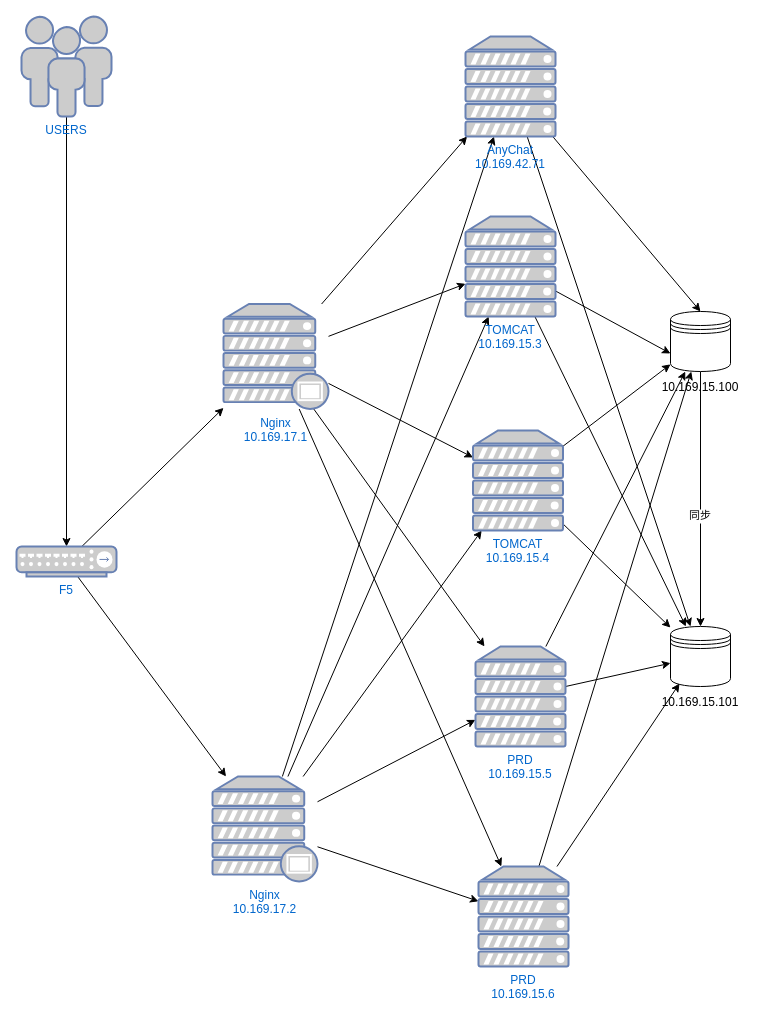
Earlier version of the draw.io diagram 我的文件.drawio (chengs2035/draw.io). Source tidied: cells renumbered, new cells numbered last; positions are measured from the earlier drawing's top-left corner, leaving out a move shared by most shapes. Both pictures are drawn from the tidied source at 100%, with x=0, y=0 at pixel (16, 16).
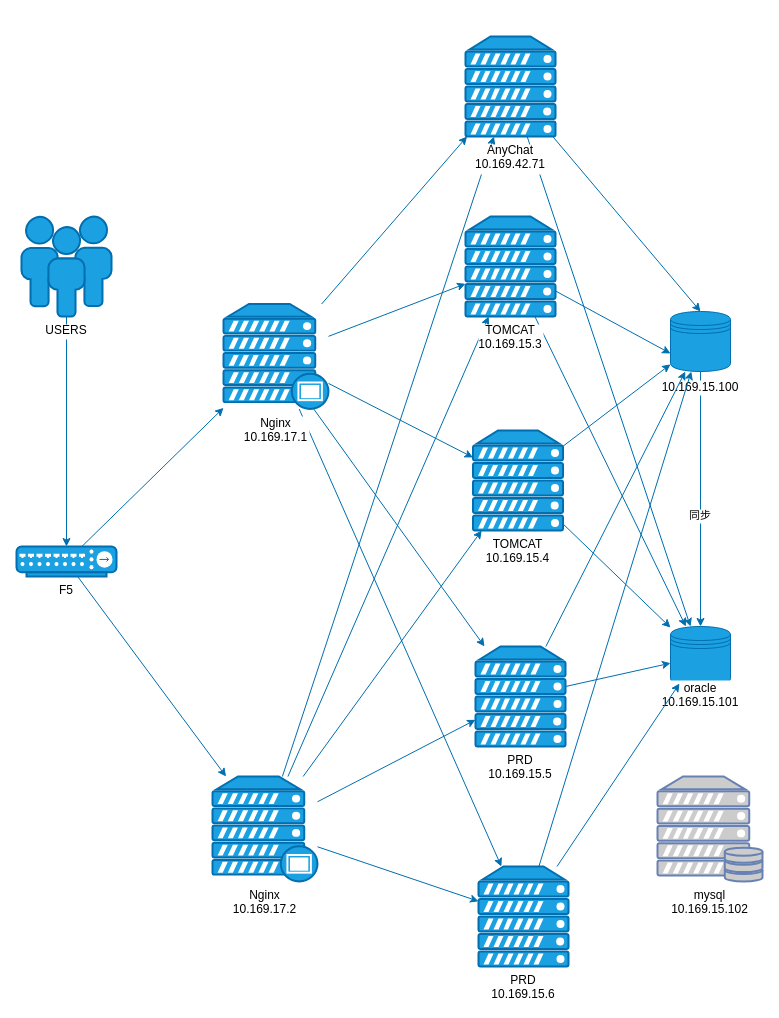
Above is the later version.

Commit message (it also covers changes not shown here):
更新我的文件.drawio

Diff of the diagram source:
```diff
@@
-    <mxCell id="2" value="同步" style="edgeStyle=orthogonalEdgeStyle;rounded=0;jettySize=auto;verticalAlign=bottom;spacingBottom=-25;" parent="1" edge="1" source="3" target="4">
+    <mxCell id="2" value="同步" style="edgeStyle=orthogonalEdgeStyle;rounded=0;jettySize=auto;verticalAlign=bottom;spacingBottom=-25;fillColor=#1ba1e2;strokeColor=#006EAF;fontColor=#000000;labelBackgroundColor=#FFFFFF;" parent="1" edge="1" source="3" target="4">
       <mxGeometry relative="1" as="geometry" />
     </mxCell>
-    <mxCell id="3" value="10.169.15.100" style="shape=datastore;verticalAlign=bottom;spacingBottom=-25;" parent="1" vertex="1">
+    <mxCell id="3" value="10.169.15.100" style="shape=datastore;verticalAlign=bottom;spacingBottom=-25;fillColor=#1ba1e2;fontColor=#000000;strokeColor=#006EAF;labelBackgroundColor=#FFFFFF;" parent="1" vertex="1">
       <mxGeometry x="654" y="295" width="60" height="60" as="geometry" />
     </mxCell>
-    <mxCell id="4" value="10.169.15.101" style="shape=datastore;fillColor=default;strokeColor=default;fontColor=default;spacingBottom=-25;verticalAlign=bottom;" parent="1" vertex="1">
+    <mxCell id="4" value="oracle&#10;10.169.15.101" style="shape=datastore;fillColor=#1ba1e2;strokeColor=#006EAF;fontColor=#000000;spacingBottom=-25;verticalAlign=bottom;labelBackgroundColor=#FFFFFF;" parent="1" vertex="1">
       <mxGeometry x="654" y="610" width="60" height="60" as="geometry" />
     </mxCell>
-    <mxCell id="5" style="edgeStyle=orthogonalEdgeStyle;rounded=0;jettySize=auto;" parent="1" edge="1" source="6" target="9">
+    <mxCell id="5" style="edgeStyle=orthogonalEdgeStyle;rounded=0;jettySize=auto;fillColor=#1ba1e2;strokeColor=#006EAF;fontColor=#000000;labelBackgroundColor=#FFFFFF;" parent="1" edge="1" source="6" target="9">
       <mxGeometry relative="1" as="geometry" />
     </mxCell>
-    <mxCell id="6" value="USERS" style="fontColor=#0066CC;verticalAlign=top;verticalLabelPosition=bottom;labelPosition=center;align=center;outlineConnect=0;fillColor=#CCCCCC;strokeColor=#6881B3;gradientColor=none;gradientDirection=north;strokeWidth=2;shape=mxgraph.networks.users;" parent="1" vertex="1">
-      <mxGeometry x="5" width="90" height="100" as="geometry" />
+    <mxCell id="6" value="USERS" style="fontColor=#000000;verticalAlign=top;verticalLabelPosition=bottom;labelPosition=center;align=center;outlineConnect=0;fillColor=#1ba1e2;strokeColor=#006EAF;gradientDirection=north;strokeWidth=2;shape=mxgraph.networks.users;labelBackgroundColor=#FFFFFF;" parent="1" vertex="1">
+      <mxGeometry x="5" y="200" width="90" height="100" as="geometry" />
     </mxCell>
-    <mxCell id="7" style="rounded=0;jettySize=auto;" parent="1" edge="1" source="9" target="21">
+    <mxCell id="7" style="rounded=0;jettySize=auto;fillColor=#1ba1e2;strokeColor=#006EAF;fontColor=#000000;labelBackgroundColor=#FFFFFF;" parent="1" edge="1" source="9" target="21">
       <mxGeometry relative="1" as="geometry" />
     </mxCell>
-    <mxCell id="8" style="edgeStyle=none;rounded=0;jettySize=auto;" parent="1" edge="1" source="9" target="15">
+    <mxCell id="8" style="edgeStyle=none;rounded=0;jettySize=auto;fillColor=#1ba1e2;strokeColor=#006EAF;fontColor=#000000;labelBackgroundColor=#FFFFFF;" parent="1" edge="1" source="9" target="15">
       <mxGeometry relative="1" as="geometry" />
     </mxCell>
-    <mxCell id="9" value="F5" style="fontColor=#0066CC;verticalAlign=top;verticalLabelPosition=bottom;labelPosition=center;align=center;outlineConnect=0;fillColor=#CCCCCC;strokeColor=#6881B3;gradientColor=none;gradientDirection=north;strokeWidth=2;shape=mxgraph.networks.hub;" parent="1" vertex="1">
+    <mxCell id="9" value="F5" style="fontColor=#000000;verticalAlign=top;verticalLabelPosition=bottom;labelPosition=center;align=center;outlineConnect=0;fillColor=#1ba1e2;strokeColor=#006EAF;gradientDirection=north;strokeWidth=2;shape=mxgraph.networks.hub;labelBackgroundColor=#FFFFFF;" parent="1" vertex="1">
       <mxGeometry y="530" width="100" height="30" as="geometry" />
     </mxCell>
-    <mxCell id="10" style="edgeStyle=none;rounded=0;jettySize=auto;" parent="1" edge="1" source="15" target="24">
+    <mxCell id="10" style="edgeStyle=none;rounded=0;jettySize=auto;fillColor=#1ba1e2;strokeColor=#006EAF;fontColor=#000000;labelBackgroundColor=#FFFFFF;" parent="1" edge="1" source="15" target="24">
       <mxGeometry relative="1" as="geometry" />
     </mxCell>
-    <mxCell id="11" style="edgeStyle=none;rounded=0;jettySize=auto;" parent="1" edge="1" source="15" target="27">
+    <mxCell id="11" style="edgeStyle=none;rounded=0;jettySize=auto;fillColor=#1ba1e2;strokeColor=#006EAF;fontColor=#000000;labelBackgroundColor=#FFFFFF;" parent="1" edge="1" source="15" target="27">
       <mxGeometry relative="1" as="geometry" />
     </mxCell>
-    <mxCell id="12" style="edgeStyle=none;rounded=0;jettySize=auto;" parent="1" edge="1" source="15" target="30">
+    <mxCell id="12" style="edgeStyle=none;rounded=0;jettySize=auto;fillColor=#1ba1e2;strokeColor=#006EAF;fontColor=#000000;labelBackgroundColor=#FFFFFF;" parent="1" edge="1" source="15" target="30">
       <mxGeometry relative="1" as="geometry" />
     </mxCell>
-    <mxCell id="13" style="edgeStyle=none;rounded=0;jettySize=auto;" parent="1" edge="1" source="15" target="33">
+    <mxCell id="13" style="edgeStyle=none;rounded=0;jettySize=auto;fillColor=#1ba1e2;strokeColor=#006EAF;fontColor=#000000;labelBackgroundColor=#FFFFFF;" parent="1" edge="1" source="15" target="33">
       <mxGeometry relative="1" as="geometry" />
     </mxCell>
-    <mxCell id="14" style="edgeStyle=none;rounded=0;jettySize=auto;" parent="1" edge="1" source="15" target="36">
+    <mxCell id="14" style="edgeStyle=none;rounded=0;jettySize=auto;fillColor=#1ba1e2;strokeColor=#006EAF;fontColor=#000000;labelBackgroundColor=#FFFFFF;" parent="1" edge="1" source="15" target="36">
       <mxGeometry relative="1" as="geometry" />
     </mxCell>
-    <mxCell id="15" value="Nginx&#10;10.169.17.2" style="fontColor=#0066CC;verticalAlign=top;verticalLabelPosition=bottom;labelPosition=center;align=center;outlineConnect=0;fillColor=#CCCCCC;strokeColor=#6881B3;gradientColor=none;gradientDirection=north;strokeWidth=2;shape=mxgraph.networks.proxy_server;" parent="1" vertex="1">
+    <mxCell id="15" value="Nginx&#10;10.169.17.2" style="fontColor=#000000;verticalAlign=top;verticalLabelPosition=bottom;labelPosition=center;align=center;outlineConnect=0;fillColor=#1ba1e2;strokeColor=#006EAF;gradientDirection=north;strokeWidth=2;shape=mxgraph.networks.proxy_server;labelBackgroundColor=#FFFFFF;" parent="1" vertex="1">
       <mxGeometry x="196" y="760" width="105" height="105" as="geometry" />
     </mxCell>
-    <mxCell id="16" style="edgeStyle=none;rounded=0;jettySize=auto;" parent="1" edge="1" source="21" target="24">
+    <mxCell id="16" style="edgeStyle=none;rounded=0;jettySize=auto;fillColor=#1ba1e2;strokeColor=#006EAF;fontColor=#000000;labelBackgroundColor=#FFFFFF;" parent="1" edge="1" source="21" target="24">
       <mxGeometry relative="1" as="geometry" />
     </mxCell>
-    <mxCell id="17" style="edgeStyle=none;rounded=0;jettySize=auto;" parent="1" edge="1" source="21" target="27">
+    <mxCell id="17" style="edgeStyle=none;rounded=0;jettySize=auto;fillColor=#1ba1e2;strokeColor=#006EAF;fontColor=#000000;labelBackgroundColor=#FFFFFF;" parent="1" edge="1" source="21" target="27">
       <mxGeometry relative="1" as="geometry" />
     </mxCell>
-    <mxCell id="18" style="edgeStyle=none;rounded=0;jettySize=auto;" parent="1" edge="1" source="21" target="30">
+    <mxCell id="18" style="edgeStyle=none;rounded=0;jettySize=auto;fillColor=#1ba1e2;strokeColor=#006EAF;fontColor=#000000;labelBackgroundColor=#FFFFFF;" parent="1" edge="1" source="21" target="30">
       <mxGeometry relative="1" as="geometry" />
     </mxCell>
-    <mxCell id="19" style="edgeStyle=none;rounded=0;jettySize=auto;" parent="1" edge="1" source="21" target="33">
+    <mxCell id="19" style="edgeStyle=none;rounded=0;jettySize=auto;fillColor=#1ba1e2;strokeColor=#006EAF;fontColor=#000000;labelBackgroundColor=#FFFFFF;" parent="1" edge="1" source="21" target="33">
       <mxGeometry relative="1" as="geometry" />
     </mxCell>
-    <mxCell id="20" style="edgeStyle=none;rounded=0;jettySize=auto;" parent="1" edge="1" source="21" target="36">
+    <mxCell id="20" style="edgeStyle=none;rounded=0;jettySize=auto;fillColor=#1ba1e2;strokeColor=#006EAF;fontColor=#000000;labelBackgroundColor=#FFFFFF;" parent="1" edge="1" source="21" target="36">
       <mxGeometry relative="1" as="geometry" />
     </mxCell>
-    <mxCell id="21" value="Nginx&#10;10.169.17.1" style="fontColor=#0066CC;verticalAlign=top;verticalLabelPosition=bottom;labelPosition=center;align=center;outlineConnect=0;fillColor=#CCCCCC;strokeColor=#6881B3;gradientColor=none;gradientDirection=north;strokeWidth=2;shape=mxgraph.networks.proxy_server;" parent="1" vertex="1">
+    <mxCell id="21" value="Nginx&#10;10.169.17.1" style="fontColor=#000000;verticalAlign=top;verticalLabelPosition=bottom;labelPosition=center;align=center;outlineConnect=0;fillColor=#1ba1e2;strokeColor=#006EAF;gradientDirection=north;strokeWidth=2;shape=mxgraph.networks.proxy_server;labelBackgroundColor=#FFFFFF;" parent="1" vertex="1">
       <mxGeometry x="207" y="287.5" width="105" height="105" as="geometry" />
     </mxCell>
-    <mxCell id="22" style="edgeStyle=none;rounded=0;jettySize=auto;entryX=0;entryY=0.7;entryDx=0;entryDy=0;" parent="1" edge="1" source="24" target="3">
+    <mxCell id="22" style="edgeStyle=none;rounded=0;jettySize=auto;entryX=0;entryY=0.7;entryDx=0;entryDy=0;fillColor=#1ba1e2;strokeColor=#006EAF;fontColor=#000000;labelBackgroundColor=#FFFFFF;" parent="1" edge="1" source="24" target="3">
       <mxGeometry relative="1" as="geometry" />
     </mxCell>
-    <mxCell id="23" style="edgeStyle=none;rounded=0;jettySize=auto;" parent="1" edge="1" source="24" target="4">
+    <mxCell id="23" style="edgeStyle=none;rounded=0;jettySize=auto;fillColor=#1ba1e2;strokeColor=#006EAF;fontColor=#000000;labelBackgroundColor=#FFFFFF;" parent="1" edge="1" source="24" target="4">
       <mxGeometry relative="1" as="geometry" />
     </mxCell>
-    <mxCell id="24" value="TOMCAT&#10;10.169.15.3" style="fontColor=#0066CC;verticalAlign=top;verticalLabelPosition=bottom;labelPosition=center;align=center;outlineConnect=0;fillColor=#CCCCCC;strokeColor=#6881B3;gradientColor=none;gradientDirection=north;strokeWidth=2;shape=mxgraph.networks.server;" parent="1" vertex="1">
+    <mxCell id="24" value="TOMCAT&#10;10.169.15.3" style="fontColor=#000000;verticalAlign=top;verticalLabelPosition=bottom;labelPosition=center;align=center;outlineConnect=0;fillColor=#1ba1e2;strokeColor=#006EAF;gradientDirection=north;strokeWidth=2;shape=mxgraph.networks.server;labelBackgroundColor=#FFFFFF;" parent="1" vertex="1">
       <mxGeometry x="449" y="200" width="90" height="100" as="geometry" />
     </mxCell>
-    <mxCell id="25" style="edgeStyle=none;rounded=0;jettySize=auto;" parent="1" edge="1" source="27" target="3">
+    <mxCell id="25" style="edgeStyle=none;rounded=0;jettySize=auto;fillColor=#1ba1e2;strokeColor=#006EAF;fontColor=#000000;labelBackgroundColor=#FFFFFF;" parent="1" edge="1" source="27" target="3">
       <mxGeometry relative="1" as="geometry" />
     </mxCell>
-    <mxCell id="26" style="edgeStyle=none;rounded=0;jettySize=auto;" parent="1" edge="1" source="27" target="4">
+    <mxCell id="26" style="edgeStyle=none;rounded=0;jettySize=auto;fillColor=#1ba1e2;strokeColor=#006EAF;fontColor=#000000;labelBackgroundColor=#FFFFFF;" parent="1" edge="1" source="27" target="4">
       <mxGeometry relative="1" as="geometry" />
     </mxCell>
-    <mxCell id="27" value="TOMCAT&#10;10.169.15.4" style="fontColor=#0066CC;verticalAlign=top;verticalLabelPosition=bottom;labelPosition=center;align=center;outlineConnect=0;fillColor=#CCCCCC;strokeColor=#6881B3;gradientColor=none;gradientDirection=north;strokeWidth=2;shape=mxgraph.networks.server;" parent="1" vertex="1">
+    <mxCell id="27" value="TOMCAT&#10;10.169.15.4" style="fontColor=#000000;verticalAlign=top;verticalLabelPosition=bottom;labelPosition=center;align=center;outlineConnect=0;fillColor=#1ba1e2;strokeColor=#006EAF;gradientDirection=north;strokeWidth=2;shape=mxgraph.networks.server;labelBackgroundColor=#FFFFFF;" parent="1" vertex="1">
       <mxGeometry x="456.5" y="414" width="90" height="100" as="geometry" />
     </mxCell>
-    <mxCell id="28" style="edgeStyle=none;rounded=0;jettySize=auto;" parent="1" edge="1" source="30" target="3">
+    <mxCell id="28" style="edgeStyle=none;rounded=0;jettySize=auto;fillColor=#1ba1e2;strokeColor=#006EAF;fontColor=#000000;labelBackgroundColor=#FFFFFF;" parent="1" edge="1" source="30" target="3">
       <mxGeometry relative="1" as="geometry" />
     </mxCell>
-    <mxCell id="29" style="edgeStyle=none;rounded=0;jettySize=auto;" parent="1" edge="1" source="30" target="4">
+    <mxCell id="29" style="edgeStyle=none;rounded=0;jettySize=auto;fillColor=#1ba1e2;strokeColor=#006EAF;fontColor=#000000;labelBackgroundColor=#FFFFFF;" parent="1" edge="1" source="30" target="4">
       <mxGeometry relative="1" as="geometry" />
     </mxCell>
-    <mxCell id="30" value="PRD&#10;10.169.15.5" style="fontColor=#0066CC;verticalAlign=top;verticalLabelPosition=bottom;labelPosition=center;align=center;outlineConnect=0;fillColor=#CCCCCC;strokeColor=#6881B3;gradientColor=none;gradientDirection=north;strokeWidth=2;shape=mxgraph.networks.server;" parent="1" vertex="1">
+    <mxCell id="30" value="PRD&#10;10.169.15.5" style="fontColor=#000000;verticalAlign=top;verticalLabelPosition=bottom;labelPosition=center;align=center;outlineConnect=0;fillColor=#1ba1e2;strokeColor=#006EAF;gradientDirection=north;strokeWidth=2;shape=mxgraph.networks.server;labelBackgroundColor=#FFFFFF;" parent="1" vertex="1">
       <mxGeometry x="459" y="630" width="90" height="100" as="geometry" />
     </mxCell>
-    <mxCell id="31" style="edgeStyle=none;rounded=0;jettySize=auto;" parent="1" edge="1" source="33" target="3">
+    <mxCell id="31" style="edgeStyle=none;rounded=0;jettySize=auto;fillColor=#1ba1e2;strokeColor=#006EAF;fontColor=#000000;labelBackgroundColor=#FFFFFF;" parent="1" edge="1" source="33" target="3">
       <mxGeometry relative="1" as="geometry" />
     </mxCell>
-    <mxCell id="32" style="edgeStyle=none;rounded=0;jettySize=auto;entryX=0.15;entryY=0.95;entryDx=0;entryDy=0;entryPerimeter=0;" parent="1" edge="1" source="33" target="4">
+    <mxCell id="32" style="edgeStyle=none;rounded=0;jettySize=auto;entryX=0.15;entryY=0.95;entryDx=0;entryDy=0;entryPerimeter=0;fillColor=#1ba1e2;strokeColor=#006EAF;fontColor=#000000;labelBackgroundColor=#FFFFFF;" parent="1" edge="1" source="33" target="4">
       <mxGeometry relative="1" as="geometry" />
     </mxCell>
-    <mxCell id="33" value="PRD&#10;10.169.15.6" style="fontColor=#0066CC;verticalAlign=top;verticalLabelPosition=bottom;labelPosition=center;align=center;outlineConnect=0;fillColor=#CCCCCC;strokeColor=#6881B3;gradientColor=none;gradientDirection=north;strokeWidth=2;shape=mxgraph.networks.server;" parent="1" vertex="1">
+    <mxCell id="33" value="PRD&#10;10.169.15.6" style="fontColor=#000000;verticalAlign=top;verticalLabelPosition=bottom;labelPosition=center;align=center;outlineConnect=0;fillColor=#1ba1e2;strokeColor=#006EAF;gradientDirection=north;strokeWidth=2;shape=mxgraph.networks.server;labelBackgroundColor=#FFFFFF;" parent="1" vertex="1">
       <mxGeometry x="462" y="850" width="90" height="100" as="geometry" />
     </mxCell>
-    <mxCell id="34" style="edgeStyle=none;rounded=0;jettySize=auto;entryX=0.5;entryY=0;entryDx=0;entryDy=0;" parent="1" edge="1" source="36" target="3">
+    <mxCell id="34" style="edgeStyle=none;rounded=0;jettySize=auto;entryX=0.5;entryY=0;entryDx=0;entryDy=0;fillColor=#1ba1e2;strokeColor=#006EAF;fontColor=#000000;labelBackgroundColor=#FFFFFF;" parent="1" edge="1" source="36" target="3">
       <mxGeometry relative="1" as="geometry" />
     </mxCell>
-    <mxCell id="35" style="edgeStyle=none;rounded=0;jettySize=auto;" parent="1" edge="1" source="36" target="4">
+    <mxCell id="35" style="edgeStyle=none;rounded=0;jettySize=auto;fillColor=#1ba1e2;strokeColor=#006EAF;fontColor=#000000;labelBackgroundColor=#FFFFFF;" parent="1" edge="1" source="36" target="4">
       <mxGeometry relative="1" as="geometry" />
     </mxCell>
-    <mxCell id="36" value="AnyChat&#10;10.169.42.71" style="fontColor=#0066CC;verticalAlign=top;verticalLabelPosition=bottom;labelPosition=center;align=center;outlineConnect=0;fillColor=#CCCCCC;strokeColor=#6881B3;gradientColor=none;gradientDirection=north;strokeWidth=2;shape=mxgraph.networks.server;" parent="1" vertex="1">
+    <mxCell id="36" value="AnyChat&#10;10.169.42.71" style="fontColor=#000000;verticalAlign=top;verticalLabelPosition=bottom;labelPosition=center;align=center;outlineConnect=0;fillColor=#1ba1e2;strokeColor=#006EAF;gradientDirection=north;strokeWidth=2;shape=mxgraph.networks.server;labelBackgroundColor=#FFFFFF;" parent="1" vertex="1">
       <mxGeometry x="449" y="20" width="90" height="100" as="geometry" />
     </mxCell>
+    <mxCell id="37" value="mysql&#10;10.169.15.102" style="fontColor=#000000;verticalAlign=top;verticalLabelPosition=bottom;labelPosition=center;align=center;fillColor=#CCCCCC;strokeColor=#6881B3;gradientColor=none;gradientDirection=north;strokeWidth=2;shape=mxgraph.networks.server_storage;labelBackgroundColor=#FFFFFF;" parent="1" vertex="1">
+      <mxGeometry x="641" y="760" width="105" height="105" as="geometry" />
+    </mxCell>
```
